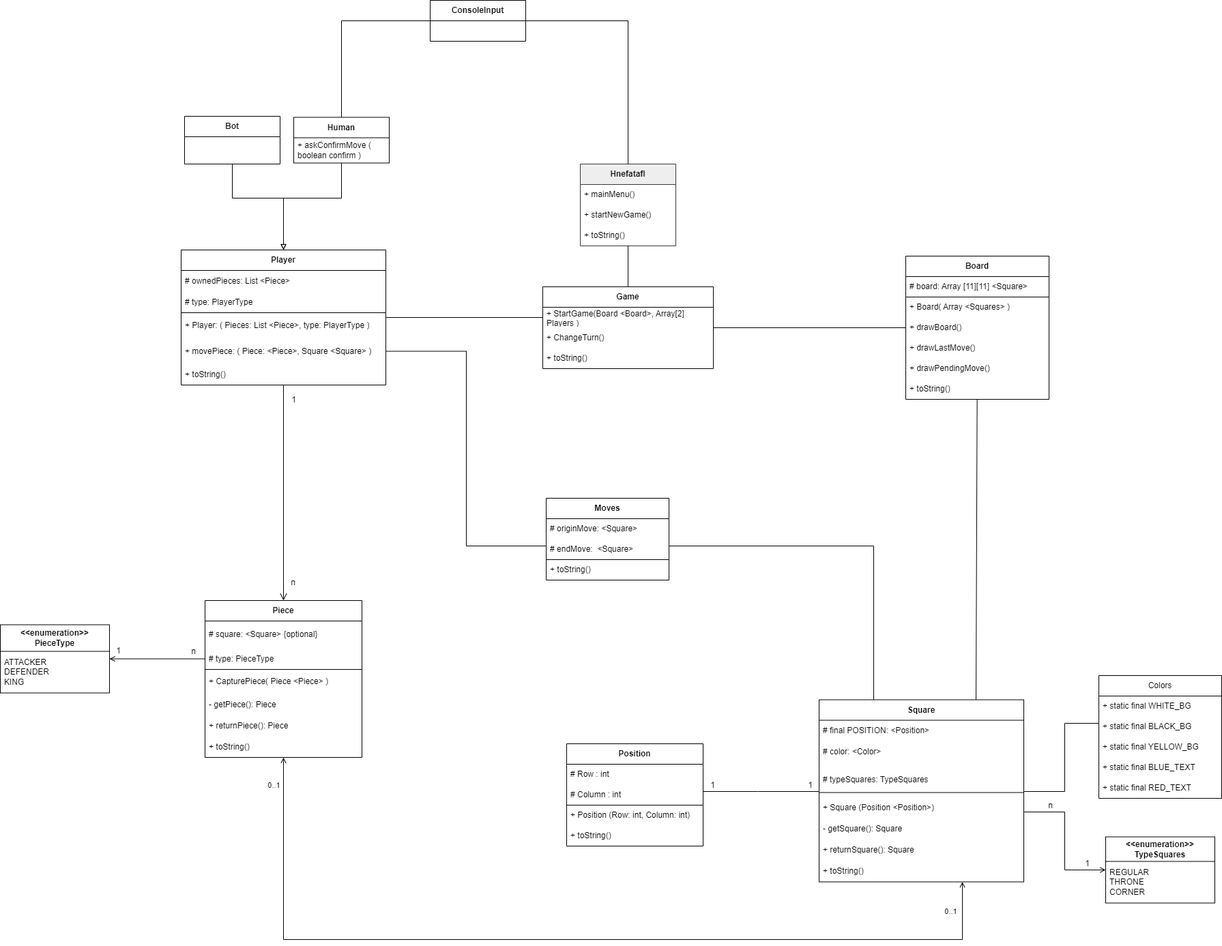
Before: diagrams/ClassDiagram.drawio.png, a diagram exported from draw.io (jvazmor497/Hnefatafl). Source tidied: cells renumbered, new cells last; positions are measured from the earlier drawing's top-left corner, leaving out a move shared by most shapes.
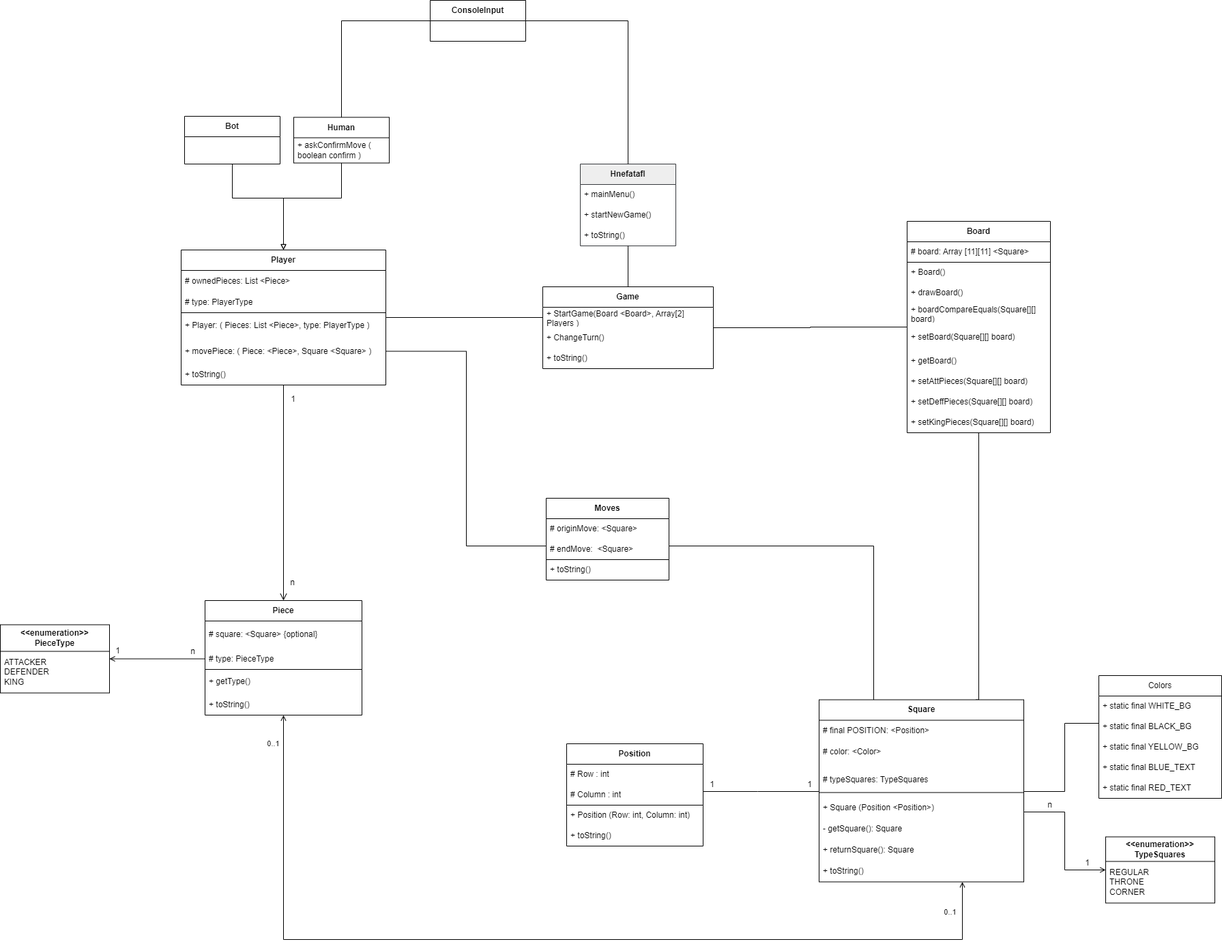
After the commit.

Diff of the diagram source:
```diff
@@ -2,21 +2,24 @@
   <root>
     <mxCell id="0" />
     <mxCell id="1" parent="0" />
-    <mxCell id="2" style="edgeStyle=none;curved=1;rounded=0;jettySize=auto;html=1;fontSize=12;startSize=8;endSize=8;endArrow=none;endFill=0;" parent="1" edge="1" source="4">
+    <mxCell id="2" style="edgeStyle=orthogonalEdgeStyle;rounded=0;jettySize=auto;html=1;fontSize=12;startSize=8;endSize=8;endArrow=none;endFill=0;" parent="1" edge="1" source="4">
       <mxGeometry relative="1" as="geometry">
         <mxPoint x="1430" y="1025.5" as="targetPoint" />
+        <Array as="points">
+          <mxPoint x="1434" y="1025" />
+        </Array>
       </mxGeometry>
     </mxCell>
     <mxCell id="3" style="edgeStyle=orthogonalEdgeStyle;rounded=0;jettySize=auto;html=1;endArrow=none;endFill=0;" parent="1" edge="1" source="4" target="40">
       <mxGeometry relative="1" as="geometry" />
     </mxCell>
     <mxCell id="4" value="&lt;b&gt;Board&lt;/b&gt;" style="swimlane;fontStyle=0;horizontal=1;startSize=30;whiteSpace=wrap;html=1;flipH=1;" parent="1" vertex="1">
-      <mxGeometry x="1327" y="375" width="210" height="210" as="geometry" />
+      <mxGeometry x="1329" y="324" width="210" height="310" as="geometry" />
     </mxCell>
     <mxCell id="5" value="# board: Array [11][11] &amp;lt;Square&amp;gt;" style="text;strokeColor=none;fillColor=none;align=left;verticalAlign=middle;spacingLeft=4;spacingRight=4;overflow=hidden;whiteSpace=wrap;html=1;" parent="4" vertex="1">
       <mxGeometry y="30" width="210" height="30" as="geometry" />
     </mxCell>
-    <mxCell id="6" value="+ Board( Array &amp;lt;Squares&amp;gt; )" style="text;strokeColor=none;fillColor=none;align=left;verticalAlign=middle;spacingLeft=4;spacingRight=4;overflow=hidden;points=[[0,0,0,0,0],[0,0.5,0,0,0],[1,0,0,0,0],[1,0.5,0,0,0]];portConstraint=eastwest;whiteSpace=wrap;html=1;" parent="4" vertex="1">
+    <mxCell id="6" value="+ Board()" style="text;strokeColor=none;fillColor=none;align=left;verticalAlign=middle;spacingLeft=4;spacingRight=4;overflow=hidden;points=[[0,0,0,0,0],[0,0.5,0,0,0],[1,0,0,0,0],[1,0.5,0,0,0]];portConstraint=eastwest;whiteSpace=wrap;html=1;" parent="4" vertex="1">
       <mxGeometry y="60" width="210" height="30" as="geometry" />
     </mxCell>
     <mxCell id="7" value="+ drawBoard()" style="text;strokeColor=none;fillColor=none;align=left;verticalAlign=middle;spacingLeft=4;spacingRight=4;overflow=hidden;whiteSpace=wrap;html=1;" parent="4" vertex="1">
@@ -25,15 +28,24 @@
     <mxCell id="8" style="endArrow=none;html=1;rounded=0;fontFamily=Helvetica;fontSize=12;fontColor=default;entryX=1;entryY=0;entryDx=0;entryDy=0;entryPerimeter=0;exitX=0;exitY=0;exitDx=0;exitDy=0;exitPerimeter=0;" parent="4" edge="1" source="6" target="6">
       <mxGeometry relative="1" as="geometry" />
     </mxCell>
-    <mxCell id="9" value="+ drawLastMove()" style="text;strokeColor=none;fillColor=none;align=left;verticalAlign=middle;spacingLeft=4;spacingRight=4;overflow=hidden;whiteSpace=wrap;html=1;" parent="4" vertex="1">
+    <mxCell id="9" value="+ boardCompareEquals(Square[][] board)" style="text;strokeColor=none;fillColor=none;align=left;verticalAlign=middle;spacingLeft=4;spacingRight=4;overflow=hidden;whiteSpace=wrap;html=1;" parent="4" vertex="1">
       <mxGeometry y="120" width="210" height="30" as="geometry" />
     </mxCell>
+    <mxCell id="93" value="&lt;div&gt;&lt;span style=&quot;background-color: initial;&quot;&gt;+ setBoard(Square[][] board)&lt;/span&gt;&lt;br&gt;&lt;/div&gt;" style="text;strokeColor=none;fillColor=none;align=left;verticalAlign=middle;spacingLeft=4;spacingRight=4;overflow=hidden;whiteSpace=wrap;html=1;" parent="4" vertex="1">
+      <mxGeometry y="150" width="210" height="40" as="geometry" />
+    </mxCell>
+    <mxCell id="94" value="+ getBoard()" style="text;strokeColor=none;fillColor=none;align=left;verticalAlign=middle;spacingLeft=4;spacingRight=4;overflow=hidden;whiteSpace=wrap;html=1;" parent="4" vertex="1">
+      <mxGeometry y="190" width="210" height="30" as="geometry" />
+    </mxCell>
+    <mxCell id="11" value="+ setAttPieces(Square[][] board)" style="text;strokeColor=none;fillColor=none;align=left;verticalAlign=middle;spacingLeft=4;spacingRight=4;overflow=hidden;whiteSpace=wrap;html=1;" parent="4" vertex="1">
+      <mxGeometry y="220" width="210" height="30" as="geometry" />
+    </mxCell>
+    <mxCell id="95" value="+ setDeffPieces(Square[][] board)" style="text;strokeColor=none;fillColor=none;align=left;verticalAlign=middle;spacingLeft=4;spacingRight=4;overflow=hidden;whiteSpace=wrap;html=1;" parent="4" vertex="1">
+      <mxGeometry y="250" width="210" height="30" as="geometry" />
+    </mxCell>
-    <mxCell id="10" value="+ drawPendingMove()" style="text;strokeColor=none;fillColor=none;align=left;verticalAlign=middle;spacingLeft=4;spacingRight=4;overflow=hidden;whiteSpace=wrap;html=1;" parent="4" vertex="1">
-      <mxGeometry y="150" width="210" height="30" as="geometry" />
+    <mxCell id="10" value="+ setKingPieces(Square[][] board)" style="text;strokeColor=none;fillColor=none;align=left;verticalAlign=middle;spacingLeft=4;spacingRight=4;overflow=hidden;whiteSpace=wrap;html=1;" parent="4" vertex="1">
+      <mxGeometry y="280" width="210" height="30" as="geometry" />
     </mxCell>
-    <mxCell id="11" value="+ toString()" style="text;strokeColor=none;fillColor=none;align=left;verticalAlign=middle;spacingLeft=4;spacingRight=4;overflow=hidden;whiteSpace=wrap;html=1;" parent="4" vertex="1">
-      <mxGeometry y="180" width="210" height="30" as="geometry" />
-    </mxCell>
     <mxCell id="12" style="edgeStyle=none;curved=1;rounded=0;jettySize=auto;html=1;fontSize=12;startSize=8;endSize=8;endArrow=none;endFill=0;startArrow=open;startFill=0;" parent="1" edge="1" source="21" target="30">
       <mxGeometry relative="1" as="geometry" />
     </mxCell>
@@ -78,7 +90,7 @@
       </mxGeometry>
     </mxCell>
     <mxCell id="21" value="&lt;b&gt;Piece&lt;/b&gt;" style="swimlane;fontStyle=0;horizontal=1;startSize=30;whiteSpace=wrap;html=1;" parent="1" vertex="1">
-      <mxGeometry x="300" y="880" width="230" height="230" as="geometry" />
+      <mxGeometry x="300" y="880" width="230" height="168" as="geometry" />
     </mxCell>
     <mxCell id="22" value="# square: &amp;lt;Square&amp;gt; {optional}" style="text;strokeColor=none;fillColor=none;align=left;verticalAlign=middle;spacingLeft=4;spacingRight=4;overflow=hidden;whiteSpace=wrap;html=1;" parent="21" vertex="1">
       <mxGeometry y="30" width="230" height="40" as="geometry" />
@@ -86,17 +98,11 @@
     <mxCell id="23" value="# type: PieceType" style="text;strokeColor=none;fillColor=none;align=left;verticalAlign=middle;spacingLeft=4;spacingRight=4;overflow=hidden;points=[[0,0.5],[1,0.5]];portConstraint=eastwest;whiteSpace=wrap;html=1;" parent="21" vertex="1">
       <mxGeometry y="70" width="230" height="31" as="geometry" />
     </mxCell>
-    <mxCell id="24" value="+ CapturePiece( Piece &amp;lt;Piece&amp;gt;&amp;nbsp;&lt;span style=&quot;background-color: initial;&quot;&gt;)&lt;/span&gt;" style="text;strokeColor=none;fillColor=none;align=left;verticalAlign=middle;spacingLeft=4;spacingRight=4;overflow=hidden;points=[[0,0,0,0,0],[0,0.5,0,0,0],[1,0,0,0,0],[1,0.5,0,0,0]];portConstraint=eastwest;whiteSpace=wrap;html=1;" parent="21" vertex="1">
+    <mxCell id="24" value="+ getType()" style="text;strokeColor=none;fillColor=none;align=left;verticalAlign=middle;spacingLeft=4;spacingRight=4;overflow=hidden;points=[[0,0,0,0,0],[0,0.5,0,0,0],[1,0,0,0,0],[1,0.5,0,0,0]];portConstraint=eastwest;whiteSpace=wrap;html=1;" parent="21" vertex="1">
       <mxGeometry y="101" width="230" height="36" as="geometry" />
     </mxCell>
-    <mxCell id="25" value="- getPiece(): Piece" style="text;strokeColor=none;fillColor=none;align=left;verticalAlign=middle;spacingLeft=4;spacingRight=4;overflow=hidden;whiteSpace=wrap;html=1;" parent="21" vertex="1">
-      <mxGeometry y="137" width="230" height="31" as="geometry" />
-    </mxCell>
-    <mxCell id="26" value="+ returnPiece(): Piece" style="text;strokeColor=none;fillColor=none;align=left;verticalAlign=middle;spacingLeft=4;spacingRight=4;overflow=hidden;whiteSpace=wrap;html=1;" parent="21" vertex="1">
-      <mxGeometry y="168" width="230" height="31" as="geometry" />
-    </mxCell>
     <mxCell id="27" value="+ toString()" style="text;strokeColor=none;fillColor=none;align=left;verticalAlign=middle;spacingLeft=4;spacingRight=4;overflow=hidden;whiteSpace=wrap;html=1;" parent="21" vertex="1">
-      <mxGeometry y="199" width="230" height="31" as="geometry" />
+      <mxGeometry y="137" width="230" height="31" as="geometry" />
     </mxCell>
     <mxCell id="28" style="endArrow=none;html=1;rounded=0;fontFamily=Helvetica;fontSize=12;fontColor=default;entryX=1;entryY=0;entryDx=0;entryDy=0;entryPerimeter=0;exitX=0;exitY=0;exitDx=0;exitDy=0;exitPerimeter=0;" parent="21" edge="1" source="24" target="24">
       <mxGeometry relative="1" as="geometry" />
```
